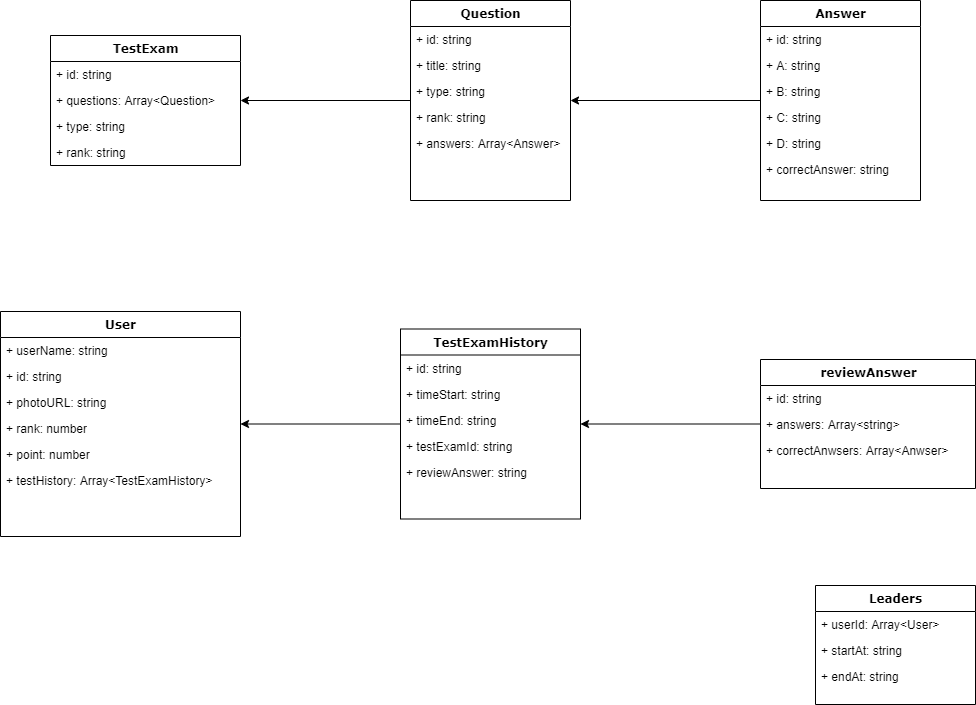
Above: Prototype/Untitled Diagram.png in nguyenbinhanltv/EnQ-server (draw.io), before the change. Source tidied: cells renumbered, new cells last; positions are measured from the earlier drawing's top-left corner, leaving out a move shared by most shapes.
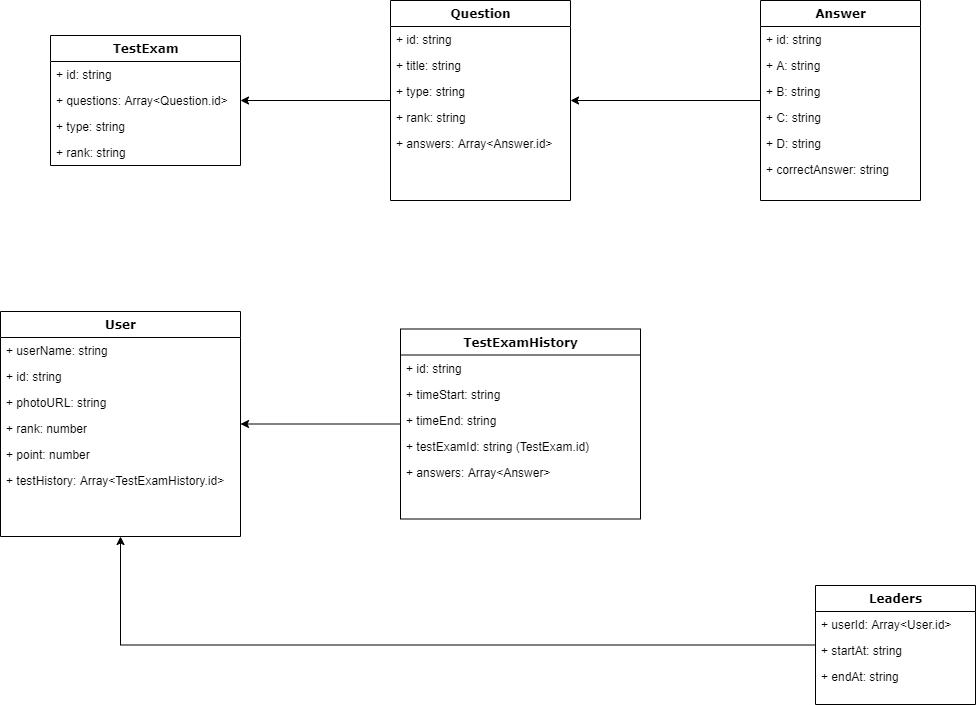
The same file after the commit.

Diff of the diagram source:
```diff
@@ -14,7 +14,7 @@
     <mxCell id="5" value="+ id: string" style="text;html=1;strokeColor=none;fillColor=none;align=left;verticalAlign=top;spacingLeft=4;spacingRight=4;whiteSpace=wrap;overflow=hidden;" parent="4" vertex="1">
       <mxGeometry y="26" width="190" height="26" as="geometry" />
     </mxCell>
-    <mxCell id="6" value="+ questions: Array&amp;lt;Question&amp;gt;" style="text;html=1;strokeColor=none;fillColor=none;align=left;verticalAlign=top;spacingLeft=4;spacingRight=4;whiteSpace=wrap;overflow=hidden;" parent="4" vertex="1">
+    <mxCell id="6" value="+ questions: Array&amp;lt;Question.id&amp;gt;" style="text;html=1;strokeColor=none;fillColor=none;align=left;verticalAlign=top;spacingLeft=4;spacingRight=4;whiteSpace=wrap;overflow=hidden;" parent="4" vertex="1">
       <mxGeometry y="52" width="190" height="26" as="geometry" />
     </mxCell>
     <mxCell id="7" value="+ type: string" style="text;html=1;strokeColor=none;fillColor=none;align=left;verticalAlign=top;spacingLeft=4;spacingRight=4;whiteSpace=wrap;overflow=hidden;" parent="4" vertex="1">
@@ -24,22 +24,22 @@
       <mxGeometry y="104" width="190" height="26" as="geometry" />
     </mxCell>
     <mxCell id="9" value="Question" style="swimlane;html=1;fontStyle=1;align=center;verticalAlign=top;horizontal=1;startSize=26;swimlaneFillColor=#ffffff;rounded=0;shadow=0;comic=0;labelBackgroundColor=none;strokeWidth=1;fillColor=none;fontFamily=Verdana;fontSize=12;" parent="1" vertex="1">
-      <mxGeometry x="410" width="160" height="200" as="geometry" />
+      <mxGeometry x="390" width="180" height="200" as="geometry" />
     </mxCell>
     <mxCell id="10" value="+ id: string" style="text;html=1;strokeColor=none;fillColor=none;align=left;verticalAlign=top;spacingLeft=4;spacingRight=4;whiteSpace=wrap;overflow=hidden;" parent="9" vertex="1">
-      <mxGeometry y="26" width="160" height="26" as="geometry" />
+      <mxGeometry y="26" width="180" height="26" as="geometry" />
     </mxCell>
     <mxCell id="11" value="+ title: string" style="text;html=1;strokeColor=none;fillColor=none;align=left;verticalAlign=top;spacingLeft=4;spacingRight=4;whiteSpace=wrap;overflow=hidden;" parent="9" vertex="1">
-      <mxGeometry y="52" width="160" height="26" as="geometry" />
+      <mxGeometry y="52" width="180" height="26" as="geometry" />
     </mxCell>
     <mxCell id="12" value="+ type: string" style="text;html=1;strokeColor=none;fillColor=none;align=left;verticalAlign=top;spacingLeft=4;spacingRight=4;whiteSpace=wrap;overflow=hidden;" parent="9" vertex="1">
-      <mxGeometry y="78" width="160" height="26" as="geometry" />
+      <mxGeometry y="78" width="180" height="26" as="geometry" />
     </mxCell>
     <mxCell id="13" value="+ rank: string" style="text;html=1;strokeColor=none;fillColor=none;align=left;verticalAlign=top;spacingLeft=4;spacingRight=4;whiteSpace=wrap;overflow=hidden;" parent="9" vertex="1">
-      <mxGeometry y="104" width="160" height="26" as="geometry" />
+      <mxGeometry y="104" width="180" height="26" as="geometry" />
     </mxCell>
-    <mxCell id="14" value="+ answers: Array&amp;lt;Answer&amp;gt;" style="text;html=1;strokeColor=none;fillColor=none;align=left;verticalAlign=top;spacingLeft=4;spacingRight=4;whiteSpace=wrap;overflow=hidden;" parent="9" vertex="1">
-      <mxGeometry y="130" width="160" height="26" as="geometry" />
+    <mxCell id="14" value="+ answers: Array&amp;lt;Answer.id&amp;gt;" style="text;html=1;strokeColor=none;fillColor=none;align=left;verticalAlign=top;spacingLeft=4;spacingRight=4;whiteSpace=wrap;overflow=hidden;" parent="9" vertex="1">
+      <mxGeometry y="130" width="180" height="26" as="geometry" />
     </mxCell>
     <mxCell id="15" value="Answer" style="swimlane;html=1;fontStyle=1;align=center;verticalAlign=top;horizontal=1;startSize=26;swimlaneFillColor=#ffffff;rounded=0;shadow=0;comic=0;labelBackgroundColor=none;strokeWidth=1;fillColor=none;fontFamily=Verdana;fontSize=12;" parent="1" vertex="1">
       <mxGeometry x="760" width="160" height="200" as="geometry" />
@@ -80,49 +80,37 @@
     <mxCell id="27" value="+ point: number" style="text;html=1;strokeColor=none;fillColor=none;align=left;verticalAlign=top;spacingLeft=4;spacingRight=4;whiteSpace=wrap;overflow=hidden;" parent="22" vertex="1">
       <mxGeometry y="130" width="240" height="26" as="geometry" />
     </mxCell>
-    <mxCell id="28" value="+ testHistory: Array&amp;lt;TestExamHistory&amp;gt;" style="text;html=1;strokeColor=none;fillColor=none;align=left;verticalAlign=top;spacingLeft=4;spacingRight=4;whiteSpace=wrap;overflow=hidden;" parent="22" vertex="1">
+    <mxCell id="28" value="+ testHistory: Array&amp;lt;TestExamHistory.id&amp;gt;" style="text;html=1;strokeColor=none;fillColor=none;align=left;verticalAlign=top;spacingLeft=4;spacingRight=4;whiteSpace=wrap;overflow=hidden;" parent="22" vertex="1">
       <mxGeometry y="156" width="240" height="26" as="geometry" />
     </mxCell>
     <mxCell id="29" style="edgeStyle=orthogonalEdgeStyle;rounded=0;jettySize=auto;html=1;" parent="1" edge="1" source="30" target="22">
       <mxGeometry relative="1" as="geometry" />
     </mxCell>
     <mxCell id="30" value="TestExamHistory" style="swimlane;html=1;fontStyle=1;align=center;verticalAlign=top;horizontal=1;startSize=26;swimlaneFillColor=#ffffff;rounded=0;shadow=0;comic=0;labelBackgroundColor=none;strokeWidth=1;fillColor=none;fontFamily=Verdana;fontSize=12;" parent="1" vertex="1">
-      <mxGeometry x="400" y="328.5" width="180" height="190" as="geometry" />
+      <mxGeometry x="400" y="328.5" width="240" height="190" as="geometry" />
     </mxCell>
     <mxCell id="31" value="+ id: string&lt;br&gt;" style="text;html=1;strokeColor=none;fillColor=none;align=left;verticalAlign=top;spacingLeft=4;spacingRight=4;whiteSpace=wrap;overflow=hidden;" parent="30" vertex="1">
-      <mxGeometry y="26" width="180" height="26" as="geometry" />
+      <mxGeometry y="26" width="240" height="26" as="geometry" />
     </mxCell>
     <mxCell id="32" value="+ timeStart: string" style="text;html=1;strokeColor=none;fillColor=none;align=left;verticalAlign=top;spacingLeft=4;spacingRight=4;whiteSpace=wrap;overflow=hidden;" parent="30" vertex="1">
-      <mxGeometry y="52" width="180" height="26" as="geometry" />
+      <mxGeometry y="52" width="240" height="26" as="geometry" />
     </mxCell>
     <mxCell id="33" value="+ timeEnd: string" style="text;html=1;strokeColor=none;fillColor=none;align=left;verticalAlign=top;spacingLeft=4;spacingRight=4;whiteSpace=wrap;overflow=hidden;" parent="30" vertex="1">
-      <mxGeometry y="78" width="180" height="26" as="geometry" />
+      <mxGeometry y="78" width="240" height="26" as="geometry" />
     </mxCell>
-    <mxCell id="34" value="+ testExamId: string" style="text;html=1;strokeColor=none;fillColor=none;align=left;verticalAlign=top;spacingLeft=4;spacingRight=4;whiteSpace=wrap;overflow=hidden;" parent="30" vertex="1">
-      <mxGeometry y="104" width="180" height="26" as="geometry" />
+    <mxCell id="34" value="+ testExamId: string (TestExam.id)" style="text;html=1;strokeColor=none;fillColor=none;align=left;verticalAlign=top;spacingLeft=4;spacingRight=4;whiteSpace=wrap;overflow=hidden;" parent="30" vertex="1">
+      <mxGeometry y="104" width="240" height="26" as="geometry" />
     </mxCell>
-    <mxCell id="35" value="+ reviewAnswer: string" style="text;html=1;strokeColor=none;fillColor=none;align=left;verticalAlign=top;spacingLeft=4;spacingRight=4;whiteSpace=wrap;overflow=hidden;" parent="30" vertex="1">
-      <mxGeometry y="130" width="180" height="26" as="geometry" />
+    <mxCell id="35" value="+ answers: Array&amp;lt;Answer&amp;gt;" style="text;html=1;strokeColor=none;fillColor=none;align=left;verticalAlign=top;spacingLeft=4;spacingRight=4;whiteSpace=wrap;overflow=hidden;" parent="30" vertex="1">
+      <mxGeometry y="130" width="240" height="26" as="geometry" />
     </mxCell>
-    <mxCell id="36" style="edgeStyle=orthogonalEdgeStyle;rounded=0;jettySize=auto;html=1;" parent="1" edge="1" source="37" target="30">
-      <mxGeometry relative="1" as="geometry" />
-    </mxCell>
-    <mxCell id="37" value="reviewAnswer" style="swimlane;html=1;fontStyle=1;align=center;verticalAlign=top;horizontal=1;startSize=26;swimlaneFillColor=#ffffff;rounded=0;shadow=0;comic=0;labelBackgroundColor=none;strokeWidth=1;fillColor=none;fontFamily=Verdana;fontSize=12;" parent="1" vertex="1">
-      <mxGeometry x="760" y="359" width="215" height="129" as="geometry" />
-    </mxCell>
-    <mxCell id="38" value="+ id: string" style="text;html=1;strokeColor=none;fillColor=none;align=left;verticalAlign=top;spacingLeft=4;spacingRight=4;whiteSpace=wrap;overflow=hidden;" parent="37" vertex="1">
-      <mxGeometry y="26" width="215" height="26" as="geometry" />
-    </mxCell>
-    <mxCell id="39" value="+ answers: Array&amp;lt;string&amp;gt;" style="text;html=1;strokeColor=none;fillColor=none;align=left;verticalAlign=top;spacingLeft=4;spacingRight=4;whiteSpace=wrap;overflow=hidden;" parent="37" vertex="1">
-      <mxGeometry y="52" width="215" height="26" as="geometry" />
-    </mxCell>
-    <mxCell id="40" value="+ correctAnwsers: Array&amp;lt;Anwser&amp;gt;" style="text;html=1;strokeColor=none;fillColor=none;align=left;verticalAlign=top;spacingLeft=4;spacingRight=4;whiteSpace=wrap;overflow=hidden;" parent="37" vertex="1">
-      <mxGeometry y="78" width="215" height="26" as="geometry" />
-    </mxCell>
+    <mxCell id="45" style="edgeStyle=orthogonalEdgeStyle;rounded=0;jettySize=auto;html=1;" parent="1" edge="1" source="41" target="22">
+      <mxGeometry relative="1" as="geometry" />
+    </mxCell>
     <mxCell id="41" value="Leaders" style="swimlane;html=1;fontStyle=1;align=center;verticalAlign=top;horizontal=1;startSize=26;swimlaneFillColor=#ffffff;rounded=0;shadow=0;comic=0;labelBackgroundColor=none;strokeWidth=1;fillColor=none;fontFamily=Verdana;fontSize=12;" parent="1" vertex="1">
       <mxGeometry x="815" y="585" width="160" height="119" as="geometry" />
     </mxCell>
-    <mxCell id="42" value="+ userId: Array&amp;lt;User&amp;gt;" style="text;html=1;strokeColor=none;fillColor=none;align=left;verticalAlign=top;spacingLeft=4;spacingRight=4;whiteSpace=wrap;overflow=hidden;" parent="41" vertex="1">
+    <mxCell id="42" value="+ userId: Array&amp;lt;User.id&amp;gt;" style="text;html=1;strokeColor=none;fillColor=none;align=left;verticalAlign=top;spacingLeft=4;spacingRight=4;whiteSpace=wrap;overflow=hidden;" parent="41" vertex="1">
       <mxGeometry y="26" width="160" height="26" as="geometry" />
     </mxCell>
     <mxCell id="43" value="+ startAt: string" style="text;html=1;strokeColor=none;fillColor=none;align=left;verticalAlign=top;spacingLeft=4;spacingRight=4;whiteSpace=wrap;overflow=hidden;" parent="41" vertex="1">
```
